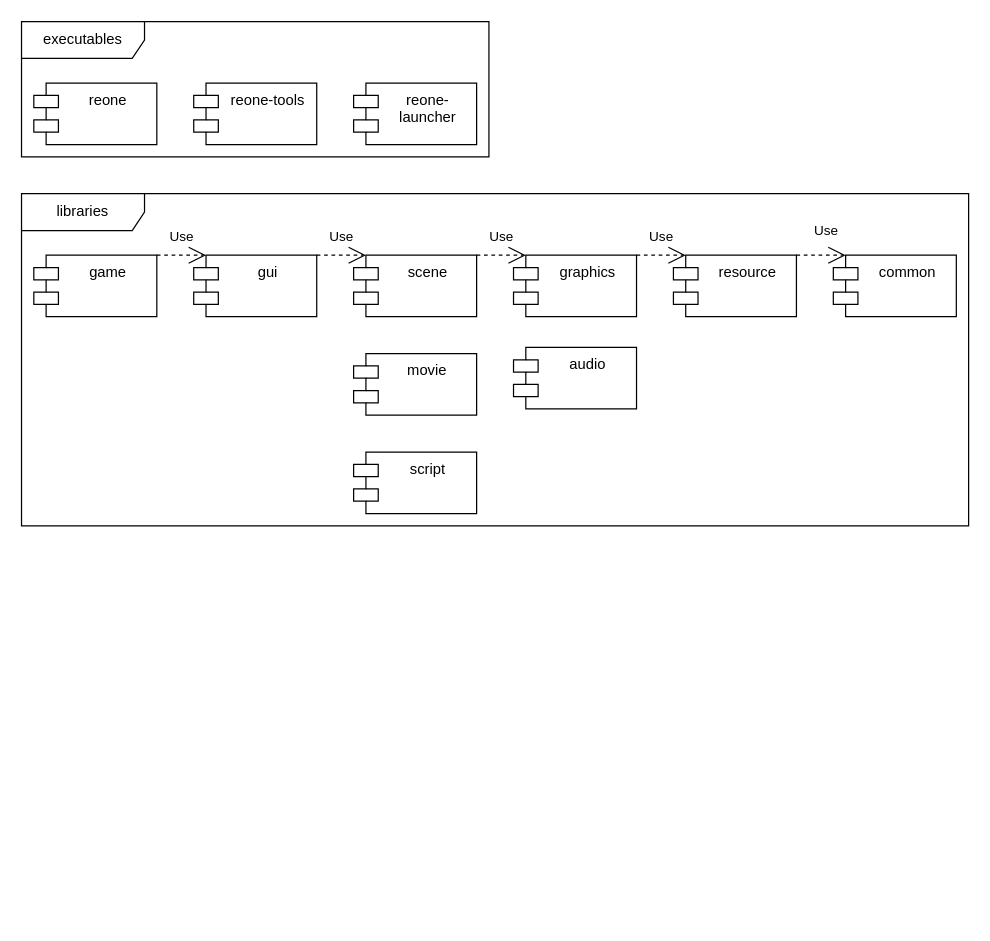
Earlier version of the draw.io diagram doc/diagram/modules.drawio (seedhartha/reone). Source tidied: cells renumbered, new cells numbered last; positions are measured from the earlier drawing's top-left corner, leaving out a move shared by most shapes. Both pictures are drawn from the tidied source at 123%, with x=0, y=0 at pixel (21, 21).
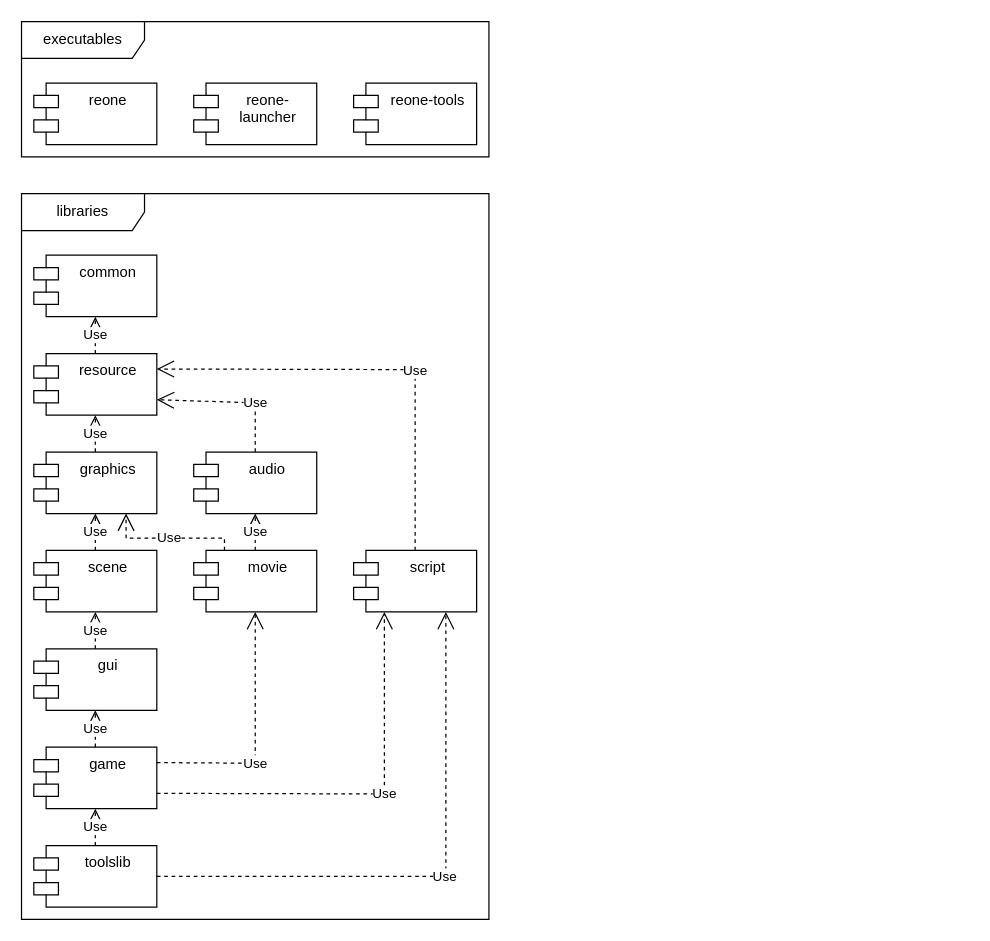
The same diagram, later.

Commit message (it also covers changes not shown here):
Update Modules diagram

- Add toolslib
- Make diagram vertical to reflect upstream/downstream dependency

[ci skip]

Change to the diagram source:
```diff
@@
     <mxCell id="3" value="libraries" style="shape=umlFrame;whiteSpace=wrap;html=1;width=100;height=30;" parent="1" vertex="1">
-      <mxGeometry y="140" width="770" height="270" as="geometry" />
+      <mxGeometry y="140" width="380" height="590" as="geometry" />
     </mxCell>
-    <mxCell id="4" value="common" style="shape=module;align=left;spacingLeft=20;align=center;verticalAlign=top;html=1;" parent="1" vertex="1">
-      <mxGeometry x="660" y="190" width="100" height="50" as="geometry" />
+    <mxCell id="4" value="toolslib" style="shape=module;align=left;spacingLeft=20;align=center;verticalAlign=top;html=1;" parent="1" vertex="1">
+      <mxGeometry x="10" y="670" width="100" height="50" as="geometry" />
     </mxCell>
-    <mxCell id="5" value="audio" style="shape=module;align=left;spacingLeft=20;align=center;verticalAlign=top;html=1;" parent="1" vertex="1">
-      <mxGeometry x="400" y="265" width="100" height="50" as="geometry" />
+    <mxCell id="5" value="movie" style="shape=module;align=left;spacingLeft=20;align=center;verticalAlign=top;html=1;" parent="1" vertex="1">
+      <mxGeometry x="140" y="430" width="100" height="50" as="geometry" />
     </mxCell>
-    <mxCell id="6" value="graphics" style="shape=module;align=left;spacingLeft=20;align=center;verticalAlign=top;html=1;" parent="1" vertex="1">
-      <mxGeometry x="400" y="190" width="100" height="50" as="geometry" />
+    <mxCell id="6" value="gui" style="shape=module;align=left;spacingLeft=20;align=center;verticalAlign=top;html=1;" parent="1" vertex="1">
+      <mxGeometry x="10" y="510" width="100" height="50" as="geometry" />
     </mxCell>
-    <mxCell id="7" value="resource" style="shape=module;align=left;spacingLeft=20;align=center;verticalAlign=top;html=1;" parent="1" vertex="1">
-      <mxGeometry x="530" y="190" width="100" height="50" as="geometry" />
+    <mxCell id="7" value="game" style="shape=module;align=left;spacingLeft=20;align=center;verticalAlign=top;html=1;" parent="1" vertex="1">
+      <mxGeometry x="10" y="590" width="100" height="50" as="geometry" />
     </mxCell>
     <mxCell id="8" value="scene" style="shape=module;align=left;spacingLeft=20;align=center;verticalAlign=top;html=1;" parent="1" vertex="1">
-      <mxGeometry x="270" y="190" width="100" height="50" as="geometry" />
+      <mxGeometry x="10" y="430" width="100" height="50" as="geometry" />
     </mxCell>
-    <mxCell id="9" value="gui" style="shape=module;align=left;spacingLeft=20;align=center;verticalAlign=top;html=1;" parent="1" vertex="1">
-      <mxGeometry x="140" y="190" width="100" height="50" as="geometry" />
+    <mxCell id="9" value="graphics" style="shape=module;align=left;spacingLeft=20;align=center;verticalAlign=top;html=1;" parent="1" vertex="1">
+      <mxGeometry x="10" y="350" width="100" height="50" as="geometry" />
     </mxCell>
     <mxCell id="10" value="script" style="shape=module;align=left;spacingLeft=20;align=center;verticalAlign=top;html=1;" parent="1" vertex="1">
-      <mxGeometry x="270" y="350" width="100" height="50" as="geometry" />
+      <mxGeometry x="270" y="430" width="100" height="50" as="geometry" />
     </mxCell>
-    <mxCell id="11" value="movie" style="shape=module;align=left;spacingLeft=20;align=center;verticalAlign=top;" parent="1" vertex="1">
-      <mxGeometry x="270" y="270" width="100" height="50" as="geometry" />
+    <mxCell id="11" value="audio" style="shape=module;align=left;spacingLeft=20;align=center;verticalAlign=top;" parent="1" vertex="1">
+      <mxGeometry x="140" y="350" width="100" height="50" as="geometry" />
     </mxCell>
-    <mxCell id="12" value="Use" style="endArrow=open;endSize=12;dashed=1;html=1;exitX=1;exitY=0;exitDx=0;exitDy=0;entryX=0;entryY=0;entryDx=10;entryDy=0;entryPerimeter=0;" parent="1" edge="1" source="9" target="8">
-      <mxGeometry y="15" relative="1" as="geometry" />
-    </mxCell>
-    <mxCell id="13" value="Use" style="endArrow=open;endSize=12;dashed=1;html=1;exitX=1;exitY=0;exitDx=0;exitDy=0;entryX=0;entryY=0;entryDx=10;entryDy=0;entryPerimeter=0;" parent="1" edge="1" source="6" target="7">
-      <mxGeometry y="15" relative="1" as="geometry" />
-    </mxCell>
-    <mxCell id="14" value="Use" style="endArrow=open;endSize=12;dashed=1;html=1;exitX=1;exitY=0;exitDx=0;exitDy=0;entryX=0;entryY=0;entryDx=10;entryDy=0;entryPerimeter=0;" parent="1" edge="1" source="7" target="4">
-      <mxGeometry x="0.2" y="20" relative="1" as="geometry" />
-    </mxCell>
-    <mxCell id="15" style="group;" parent="1" vertex="1">
-      <mxGeometry width="260" height="120" as="geometry" />
-    </mxCell>
+    <mxCell id="18" value="reone-&lt;br&gt;launcher" style="shape=module;align=left;spacingLeft=20;align=center;verticalAlign=top;html=1;" parent="1" vertex="1">
+      <mxGeometry x="140" y="50" width="100" height="50" as="geometry" />
+    </mxCell>
+    <mxCell id="19" value="resource" style="shape=module;align=center;spacingLeft=20;align=center;verticalAlign=top;html=1;labelPosition=center;verticalLabelPosition=middle;" parent="1" vertex="1">
+      <mxGeometry x="10" y="270" width="100" height="50" as="geometry" />
+    </mxCell>
-    <mxCell id="16" value="reone" style="shape=module;align=left;spacingLeft=20;align=center;verticalAlign=top;html=1;" parent="15" vertex="1">
+    <mxCell id="16" value="reone" style="shape=module;align=left;spacingLeft=20;align=center;verticalAlign=top;html=1;" parent="1" vertex="1">
       <mxGeometry x="10" y="50" width="100" height="50" as="geometry" />
     </mxCell>
-    <mxCell id="17" value="reone-tools" style="shape=module;align=left;spacingLeft=20;align=center;verticalAlign=top;html=1;" parent="15" vertex="1">
-      <mxGeometry x="140" y="50" width="100" height="50" as="geometry" />
+    <mxCell id="17" value="reone-tools" style="shape=module;align=left;spacingLeft=20;align=center;verticalAlign=top;html=1;" parent="1" vertex="1">
+      <mxGeometry x="270" y="50" width="100" height="50" as="geometry" />
     </mxCell>
-    <mxCell id="18" value="reone-&lt;br&gt;launcher" style="shape=module;align=left;spacingLeft=20;align=center;verticalAlign=top;html=1;" parent="1" vertex="1">
-      <mxGeometry x="270" y="50" width="100" height="50" as="geometry" />
-    </mxCell>
-    <mxCell id="19" value="game" style="shape=module;align=center;spacingLeft=20;align=center;verticalAlign=top;html=1;labelPosition=center;verticalLabelPosition=middle;" parent="1" vertex="1">
-      <mxGeometry x="10" y="190" width="100" height="50" as="geometry" />
-    </mxCell>
-    <mxCell id="20" value="Use" style="endArrow=open;endSize=12;dashed=1;html=1;rounded=0;edgeStyle=orthogonalEdgeStyle;exitX=1;exitY=0;exitDx=0;exitDy=0;entryX=0;entryY=0;entryDx=10;entryDy=0;entryPerimeter=0;" parent="1" edge="1" target="9">
-      <mxGeometry y="15" relative="1" as="geometry">
-        <mxPoint x="110" y="190" as="sourcePoint" />
-        <Array as="points">
-          <mxPoint x="130" y="190" />
-          <mxPoint x="130" y="190" />
-        </Array>
-      </mxGeometry>
-    </mxCell>
-    <mxCell id="21" value="Use" style="endArrow=open;endSize=12;dashed=1;html=1;exitX=1;exitY=0;exitDx=0;exitDy=0;entryX=0;entryY=0;entryDx=10;entryDy=0;entryPerimeter=0;" parent="1" edge="1" source="8" target="6">
-      <mxGeometry y="15" relative="1" as="geometry" />
-    </mxCell>
+    <mxCell id="22" value="common" style="shape=module;align=center;spacingLeft=20;align=center;verticalAlign=top;html=1;labelPosition=center;verticalLabelPosition=middle;" parent="1" vertex="1">
+      <mxGeometry x="10" y="190" width="100" height="50" as="geometry" />
+    </mxCell>
+    <mxCell id="23" value="Use" style="endArrow=open;endSize=12;dashed=1;html=1;rounded=0;" parent="1" edge="1" source="19" target="22">
+      <mxGeometry relative="1" as="geometry" />
+    </mxCell>
+    <mxCell id="24" value="Use" style="endArrow=open;endSize=12;dashed=1;html=1;rounded=0;" parent="1" edge="1" source="9" target="19">
+      <mxGeometry relative="1" as="geometry" />
+    </mxCell>
+    <mxCell id="25" value="Use" style="endArrow=open;endSize=12;dashed=1;html=1;rounded=0;" parent="1" edge="1" source="8" target="9">
+      <mxGeometry relative="1" as="geometry" />
+    </mxCell>
+    <mxCell id="26" value="Use" style="endArrow=open;endSize=12;dashed=1;html=1;rounded=0;" parent="1" edge="1" source="6" target="8">
+      <mxGeometry relative="1" as="geometry" />
+    </mxCell>
+    <mxCell id="27" value="Use" style="endArrow=open;endSize=12;dashed=1;html=1;rounded=0;" parent="1" edge="1" source="7" target="6">
+      <mxGeometry relative="1" as="geometry" />
+    </mxCell>
+    <mxCell id="28" value="Use" style="endArrow=open;endSize=12;dashed=1;html=1;rounded=0;" parent="1" edge="1" source="4" target="7">
+      <mxGeometry relative="1" as="geometry" />
+    </mxCell>
+    <mxCell id="29" value="Use" style="endArrow=open;endSize=12;dashed=1;html=1;rounded=0;entryX=1;entryY=0.75;entryDx=0;entryDy=0;exitX=0.5;exitY=0;exitDx=0;exitDy=0;" parent="1" edge="1" source="11" target="19">
+      <mxGeometry x="-0.33" relative="1" as="geometry">
+        <Array as="points">
+          <mxPoint x="190" y="310" />
+        </Array>
+      </mxGeometry>
+    </mxCell>
+    <mxCell id="30" value="Use" style="endArrow=open;endSize=12;dashed=1;html=1;rounded=0;entryX=1;entryY=0.25;entryDx=0;entryDy=0;" parent="1" edge="1" source="10" target="19">
+      <mxGeometry x="-0.18" relative="1" as="geometry">
+        <Array as="points">
+          <mxPoint x="320" y="283" />
+        </Array>
+      </mxGeometry>
+    </mxCell>
+    <mxCell id="31" value="Use" style="endArrow=open;endSize=12;dashed=1;html=1;rounded=0;exitX=0.25;exitY=0;exitDx=0;exitDy=0;entryX=0.75;entryY=1;entryDx=0;entryDy=0;" parent="1" edge="1" source="5" target="9">
+      <mxGeometry relative="1" as="geometry">
+        <Array as="points">
+          <mxPoint x="165" y="420" />
+          <mxPoint x="85" y="420" />
+        </Array>
+      </mxGeometry>
+    </mxCell>
+    <mxCell id="32" value="Use" style="endArrow=open;endSize=12;dashed=1;html=1;rounded=0;" parent="1" edge="1" source="5" target="11">
+      <mxGeometry relative="1" as="geometry" />
+    </mxCell>
+    <mxCell id="33" value="Use" style="endArrow=open;endSize=12;dashed=1;html=1;rounded=0;exitX=1;exitY=0.5;exitDx=0;exitDy=0;entryX=0.75;entryY=1;entryDx=0;entryDy=0;" parent="1" edge="1" source="4" target="10">
+      <mxGeometry x="0.04" relative="1" as="geometry">
+        <Array as="points">
+          <mxPoint x="345" y="695" />
+        </Array>
+      </mxGeometry>
+    </mxCell>
+    <mxCell id="34" value="Use" style="endArrow=open;endSize=12;dashed=1;html=1;rounded=0;exitX=1;exitY=0.25;exitDx=0;exitDy=0;entryX=0.5;entryY=1;entryDx=0;entryDy=0;" parent="1" edge="1" source="7" target="5">
+      <mxGeometry x="-0.21" relative="1" as="geometry">
+        <Array as="points">
+          <mxPoint x="190" y="603" />
+        </Array>
+      </mxGeometry>
+    </mxCell>
+    <mxCell id="35" value="Use" style="endArrow=open;endSize=12;dashed=1;html=1;rounded=0;exitX=1;exitY=0.75;exitDx=0;exitDy=0;entryX=0.25;entryY=1;entryDx=0;entryDy=0;" parent="1" edge="1" source="7" target="10">
+      <mxGeometry x="0.11" relative="1" as="geometry">
+        <Array as="points">
+          <mxPoint x="295" y="628" />
+        </Array>
+      </mxGeometry>
+    </mxCell>
```
